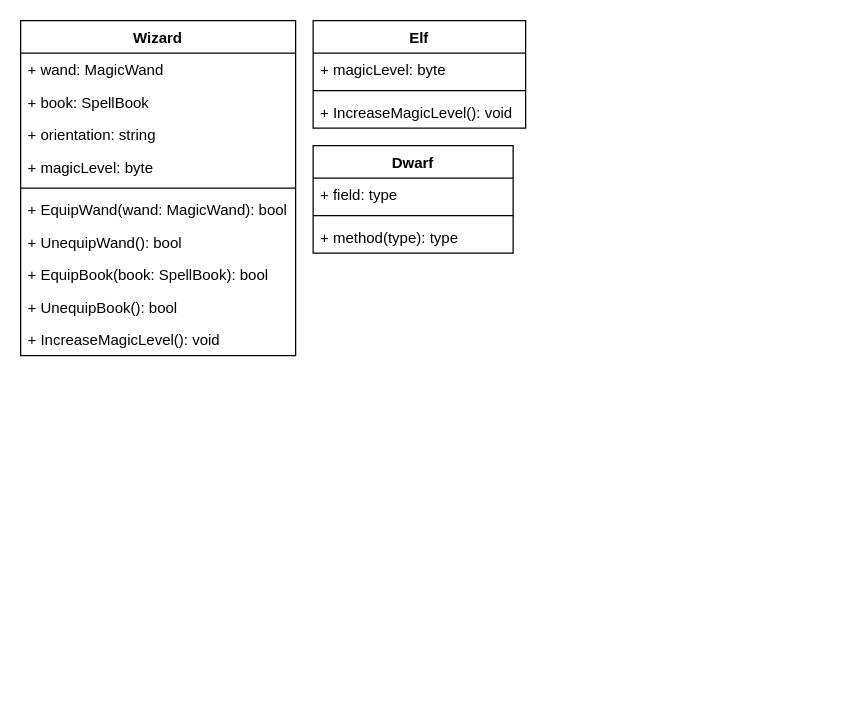
The draw.io diagram Assets/index.drawio in ProgramacionII-Equipo3/PII_RoleplayGame_1_Start, before the edit. Source tidied: cells renumbered, new cells numbered last; positions are measured from the earlier drawing's top-left corner, leaving out a move shared by most shapes. Both pictures are drawn from the tidied source at 125%, with x=0, y=0 at pixel (20, 20).
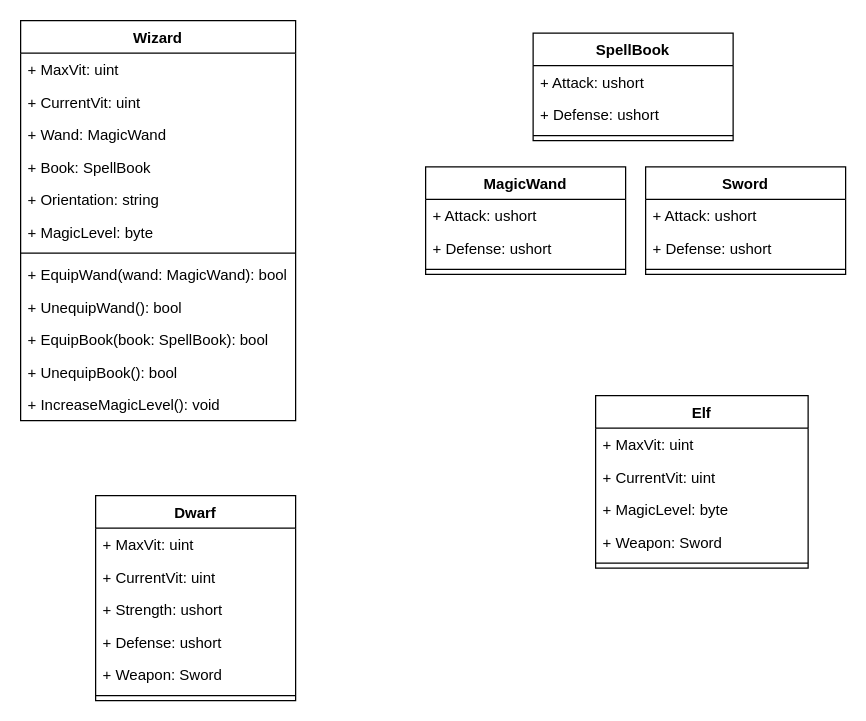
Above is the later version.

Commit message (it also covers changes not shown here):
Intermediate step - Complete CRC and UML diagrams

The edit, as a diff of the source:
```diff
@@
     <mxCell id="2" value="Dwarf" style="swimlane;fontStyle=1;align=center;verticalAlign=top;horizontal=1;startSize=26;" parent="1" vertex="1">
-      <mxGeometry x="234" y="100" width="160" height="86" as="geometry" />
+      <mxGeometry x="60" y="380" width="160" height="164" as="geometry" />
     </mxCell>
+    <mxCell id="21" value="+ MaxVit: uint" style="text;strokeColor=none;fillColor=none;align=left;verticalAlign=top;spacingLeft=4;spacingRight=4;overflow=hidden;" parent="2" vertex="1">
+      <mxGeometry y="26" width="160" height="26" as="geometry" />
+    </mxCell>
+    <mxCell id="22" value="+ CurrentVit: uint" style="text;strokeColor=none;fillColor=none;align=left;verticalAlign=top;spacingLeft=4;spacingRight=4;overflow=hidden;" parent="2" vertex="1">
+      <mxGeometry y="52" width="160" height="26" as="geometry" />
+    </mxCell>
-    <mxCell id="3" value="+ field: type" style="text;strokeColor=none;fillColor=none;align=left;verticalAlign=top;spacingLeft=4;spacingRight=4;overflow=hidden;" parent="2" vertex="1">
-      <mxGeometry y="26" width="160" height="26" as="geometry" />
+    <mxCell id="3" value="+ Strength: ushort" style="text;strokeColor=none;fillColor=none;align=left;verticalAlign=top;spacingLeft=4;spacingRight=4;overflow=hidden;" parent="2" vertex="1">
+      <mxGeometry y="78" width="160" height="26" as="geometry" />
     </mxCell>
+    <mxCell id="5" value="+ Defense: ushort" style="text;strokeColor=none;fillColor=none;align=left;verticalAlign=top;spacingLeft=4;spacingRight=4;overflow=hidden;" parent="2" vertex="1">
+      <mxGeometry y="104" width="160" height="26" as="geometry" />
+    </mxCell>
+    <mxCell id="23" value="+ Weapon: Sword" style="text;strokeColor=none;fillColor=none;align=left;verticalAlign=top;spacingLeft=4;spacingRight=4;overflow=hidden;" parent="2" vertex="1">
+      <mxGeometry y="130" width="160" height="26" as="geometry" />
+    </mxCell>
     <mxCell id="4" style="line;strokeWidth=1;fillColor=none;align=left;verticalAlign=middle;spacingTop=-1;spacingLeft=3;spacingRight=3;labelPosition=right;" parent="2" vertex="1">
-      <mxGeometry y="52" width="160" height="8" as="geometry" />
+      <mxGeometry y="156" width="160" height="8" as="geometry" />
     </mxCell>
-    <mxCell id="5" value="+ method(type): type" style="text;strokeColor=none;fillColor=none;align=left;verticalAlign=top;spacingLeft=4;spacingRight=4;overflow=hidden;" parent="2" vertex="1">
-      <mxGeometry y="60" width="160" height="26" as="geometry" />
-    </mxCell>
     <mxCell id="6" value="Wizard" style="swimlane;fontStyle=1;align=center;verticalAlign=top;horizontal=1;startSize=26;" parent="1" vertex="1">
-      <mxGeometry width="220" height="268" as="geometry" />
+      <mxGeometry width="220" height="320" as="geometry" />
     </mxCell>
+    <mxCell id="24" value="+ MaxVit: uint" style="text;strokeColor=none;fillColor=none;align=left;verticalAlign=top;spacingLeft=4;spacingRight=4;overflow=hidden;" parent="6" vertex="1">
+      <mxGeometry y="26" width="220" height="26" as="geometry" />
+    </mxCell>
+    <mxCell id="25" value="+ CurrentVit: uint" style="text;strokeColor=none;fillColor=none;align=left;verticalAlign=top;spacingLeft=4;spacingRight=4;overflow=hidden;" parent="6" vertex="1">
+      <mxGeometry y="52" width="220" height="26" as="geometry" />
+    </mxCell>
-    <mxCell id="7" value="+ wand: MagicWand" style="text;strokeColor=none;fillColor=none;align=left;verticalAlign=top;spacingLeft=4;spacingRight=4;overflow=hidden;" parent="6" vertex="1">
-      <mxGeometry y="26" width="220" height="26" as="geometry" />
+    <mxCell id="7" value="+ Wand: MagicWand" style="text;strokeColor=none;fillColor=none;align=left;verticalAlign=top;spacingLeft=4;spacingRight=4;overflow=hidden;" parent="6" vertex="1">
+      <mxGeometry y="78" width="220" height="26" as="geometry" />
     </mxCell>
-    <mxCell id="8" value="+ book: SpellBook" style="text;strokeColor=none;fillColor=none;align=left;verticalAlign=top;spacingLeft=4;spacingRight=4;overflow=hidden;" parent="6" vertex="1">
-      <mxGeometry y="52" width="220" height="26" as="geometry" />
+    <mxCell id="8" value="+ Book: SpellBook" style="text;strokeColor=none;fillColor=none;align=left;verticalAlign=top;spacingLeft=4;spacingRight=4;overflow=hidden;" parent="6" vertex="1">
+      <mxGeometry y="104" width="220" height="26" as="geometry" />
     </mxCell>
-    <mxCell id="9" value="+ orientation: string" style="text;strokeColor=none;fillColor=none;align=left;verticalAlign=top;spacingLeft=4;spacingRight=4;overflow=hidden;" parent="6" vertex="1">
-      <mxGeometry y="78" width="220" height="26" as="geometry" />
+    <mxCell id="9" value="+ Orientation: string" style="text;strokeColor=none;fillColor=none;align=left;verticalAlign=top;spacingLeft=4;spacingRight=4;overflow=hidden;" parent="6" vertex="1">
+      <mxGeometry y="130" width="220" height="26" as="geometry" />
     </mxCell>
-    <mxCell id="10" value="+ magicLevel: byte" style="text;strokeColor=none;fillColor=none;align=left;verticalAlign=top;spacingLeft=4;spacingRight=4;overflow=hidden;" parent="6" vertex="1">
-      <mxGeometry y="104" width="220" height="26" as="geometry" />
+    <mxCell id="10" value="+ MagicLevel: byte" style="text;strokeColor=none;fillColor=none;align=left;verticalAlign=top;spacingLeft=4;spacingRight=4;overflow=hidden;" parent="6" vertex="1">
+      <mxGeometry y="156" width="220" height="26" as="geometry" />
     </mxCell>
     <mxCell id="11" style="line;strokeWidth=1;fillColor=none;align=left;verticalAlign=middle;spacingTop=-1;spacingLeft=3;spacingRight=3;labelPosition=right;" parent="6" vertex="1">
-      <mxGeometry y="130" width="220" height="8" as="geometry" />
+      <mxGeometry y="182" width="220" height="8" as="geometry" />
     </mxCell>
     <mxCell id="12" value="+ EquipWand(wand: MagicWand): bool" style="text;strokeColor=none;fillColor=none;align=left;verticalAlign=top;spacingLeft=4;spacingRight=4;overflow=hidden;" parent="6" vertex="1">
-      <mxGeometry y="138" width="220" height="26" as="geometry" />
+      <mxGeometry y="190" width="220" height="26" as="geometry" />
     </mxCell>
     <mxCell id="13" value="+ UnequipWand(): bool" style="text;strokeColor=none;fillColor=none;align=left;verticalAlign=top;spacingLeft=4;spacingRight=4;overflow=hidden;" parent="6" vertex="1">
-      <mxGeometry y="164" width="220" height="26" as="geometry" />
+      <mxGeometry y="216" width="220" height="26" as="geometry" />
     </mxCell>
     <mxCell id="14" value="+ EquipBook(book: SpellBook): bool" style="text;strokeColor=none;fillColor=none;align=left;verticalAlign=top;spacingLeft=4;spacingRight=4;overflow=hidden;" parent="6" vertex="1">
-      <mxGeometry y="190" width="220" height="26" as="geometry" />
+      <mxGeometry y="242" width="220" height="26" as="geometry" />
     </mxCell>
     <mxCell id="15" value="+ UnequipBook(): bool" style="text;strokeColor=none;fillColor=none;align=left;verticalAlign=top;spacingLeft=4;spacingRight=4;overflow=hidden;" parent="6" vertex="1">
-      <mxGeometry y="216" width="220" height="26" as="geometry" />
+      <mxGeometry y="268" width="220" height="26" as="geometry" />
     </mxCell>
     <mxCell id="16" value="+ IncreaseMagicLevel(): void" style="text;strokeColor=none;fillColor=none;align=left;verticalAlign=top;spacingLeft=4;spacingRight=4;overflow=hidden;" parent="6" vertex="1">
-      <mxGeometry y="242" width="220" height="26" as="geometry" />
+      <mxGeometry y="294" width="220" height="26" as="geometry" />
     </mxCell>
     <mxCell id="17" value="Elf" style="swimlane;fontStyle=1;align=center;verticalAlign=top;horizontal=1;startSize=26;" parent="1" vertex="1">
-      <mxGeometry x="234" width="170" height="86" as="geometry" />
+      <mxGeometry x="460" y="300" width="170" height="138" as="geometry" />
     </mxCell>
+    <mxCell id="26" value="+ MaxVit: uint" style="text;strokeColor=none;fillColor=none;align=left;verticalAlign=top;spacingLeft=4;spacingRight=4;overflow=hidden;" parent="17" vertex="1">
+      <mxGeometry y="26" width="170" height="26" as="geometry" />
+    </mxCell>
+    <mxCell id="27" value="+ CurrentVit: uint" style="text;strokeColor=none;fillColor=none;align=left;verticalAlign=top;spacingLeft=4;spacingRight=4;overflow=hidden;" parent="17" vertex="1">
+      <mxGeometry y="52" width="170" height="26" as="geometry" />
+    </mxCell>
-    <mxCell id="18" value="+ magicLevel: byte" style="text;strokeColor=none;fillColor=none;align=left;verticalAlign=top;spacingLeft=4;spacingRight=4;overflow=hidden;" parent="17" vertex="1">
-      <mxGeometry y="26" width="170" height="26" as="geometry" />
+    <mxCell id="18" value="+ MagicLevel: byte" style="text;strokeColor=none;fillColor=none;align=left;verticalAlign=top;spacingLeft=4;spacingRight=4;overflow=hidden;" parent="17" vertex="1">
+      <mxGeometry y="78" width="170" height="26" as="geometry" />
     </mxCell>
+    <mxCell id="20" value="+ Weapon: Sword" style="text;strokeColor=none;fillColor=none;align=left;verticalAlign=top;spacingLeft=4;spacingRight=4;overflow=hidden;" parent="17" vertex="1">
+      <mxGeometry y="104" width="170" height="26" as="geometry" />
+    </mxCell>
     <mxCell id="19" style="line;strokeWidth=1;fillColor=none;align=left;verticalAlign=middle;spacingTop=-1;spacingLeft=3;spacingRight=3;labelPosition=right;" parent="17" vertex="1">
-      <mxGeometry y="52" width="170" height="8" as="geometry" />
+      <mxGeometry y="130" width="170" height="8" as="geometry" />
     </mxCell>
-    <mxCell id="20" value="+ IncreaseMagicLevel(): void" style="text;strokeColor=none;fillColor=none;align=left;verticalAlign=top;spacingLeft=4;spacingRight=4;overflow=hidden;" parent="17" vertex="1">
-      <mxGeometry y="60" width="170" height="26" as="geometry" />
-    </mxCell>
+    <mxCell id="28" value="MagicWand" style="swimlane;fontStyle=1;align=center;verticalAlign=top;horizontal=1;startSize=26;" parent="1" vertex="1">
+      <mxGeometry x="324" y="117" width="160" height="86" as="geometry" />
+    </mxCell>
+    <mxCell id="29" value="+ Attack: ushort" style="text;strokeColor=none;fillColor=none;align=left;verticalAlign=top;spacingLeft=4;spacingRight=4;overflow=hidden;" parent="28" vertex="1">
+      <mxGeometry y="26" width="160" height="26" as="geometry" />
+    </mxCell>
+    <mxCell id="30" value="+ Defense: ushort" style="text;strokeColor=none;fillColor=none;align=left;verticalAlign=top;spacingLeft=4;spacingRight=4;overflow=hidden;" parent="28" vertex="1">
+      <mxGeometry y="52" width="160" height="26" as="geometry" />
+    </mxCell>
+    <mxCell id="31" style="line;strokeWidth=1;fillColor=none;align=left;verticalAlign=middle;spacingTop=-1;spacingLeft=3;spacingRight=3;labelPosition=right;" parent="28" vertex="1">
+      <mxGeometry y="78" width="160" height="8" as="geometry" />
+    </mxCell>
+    <mxCell id="32" value="Sword" style="swimlane;fontStyle=1;align=center;verticalAlign=top;horizontal=1;startSize=26;" parent="1" vertex="1">
+      <mxGeometry x="500" y="117" width="160" height="86" as="geometry" />
+    </mxCell>
+    <mxCell id="33" value="+ Attack: ushort" style="text;strokeColor=none;fillColor=none;align=left;verticalAlign=top;spacingLeft=4;spacingRight=4;overflow=hidden;" parent="32" vertex="1">
+      <mxGeometry y="26" width="160" height="26" as="geometry" />
+    </mxCell>
+    <mxCell id="34" value="+ Defense: ushort" style="text;strokeColor=none;fillColor=none;align=left;verticalAlign=top;spacingLeft=4;spacingRight=4;overflow=hidden;" parent="32" vertex="1">
+      <mxGeometry y="52" width="160" height="26" as="geometry" />
+    </mxCell>
+    <mxCell id="35" style="line;strokeWidth=1;fillColor=none;align=left;verticalAlign=middle;spacingTop=-1;spacingLeft=3;spacingRight=3;labelPosition=right;" parent="32" vertex="1">
+      <mxGeometry y="78" width="160" height="8" as="geometry" />
+    </mxCell>
+    <mxCell id="36" value="SpellBook" style="swimlane;fontStyle=1;align=center;verticalAlign=top;horizontal=1;startSize=26;" parent="1" vertex="1">
+      <mxGeometry x="410" y="10" width="160" height="86" as="geometry" />
+    </mxCell>
+    <mxCell id="37" value="+ Attack: ushort" style="text;strokeColor=none;fillColor=none;align=left;verticalAlign=top;spacingLeft=4;spacingRight=4;overflow=hidden;" parent="36" vertex="1">
+      <mxGeometry y="26" width="160" height="26" as="geometry" />
+    </mxCell>
+    <mxCell id="38" value="+ Defense: ushort" style="text;strokeColor=none;fillColor=none;align=left;verticalAlign=top;spacingLeft=4;spacingRight=4;overflow=hidden;" parent="36" vertex="1">
+      <mxGeometry y="52" width="160" height="26" as="geometry" />
+    </mxCell>
+    <mxCell id="39" style="line;strokeWidth=1;fillColor=none;align=left;verticalAlign=middle;spacingTop=-1;spacingLeft=3;spacingRight=3;labelPosition=right;" parent="36" vertex="1">
+      <mxGeometry y="78" width="160" height="8" as="geometry" />
+    </mxCell>
```
